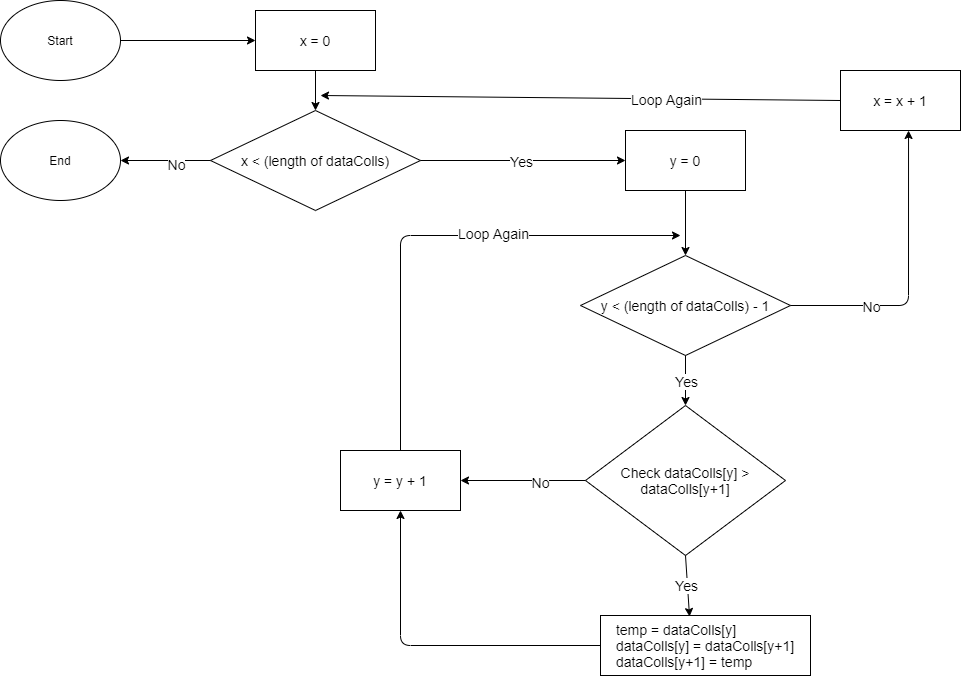
Earlier version of the draw.io export bubble-sort/FlowChart.png (bayupuspanugraha/sorting-algorithm). Source tidied: cells renumbered, new cells last; positions are measured from the earlier drawing's top-left corner, leaving out a move shared by most shapes. Source of this version:
```xml
<mxGraphModel background="#ffffff">
  <root>
    <mxCell id="0" />
    <mxCell id="1" parent="0" />
    <mxCell id="2" value="Start&lt;br&gt;" style="ellipse;whiteSpace=wrap;html=1;" parent="1" vertex="1">
      <mxGeometry width="120" height="80" as="geometry" />
    </mxCell>
    <mxCell id="3" value="End" style="ellipse;whiteSpace=wrap;html=1;" parent="1" vertex="1">
      <mxGeometry y="120" width="120" height="80" as="geometry" />
    </mxCell>
    <mxCell id="4" value="x = 0" style="rounded=0;whiteSpace=wrap;html=1;fontSize=14;" parent="1" vertex="1">
      <mxGeometry x="255" y="10" width="120" height="60" as="geometry" />
    </mxCell>
    <mxCell id="5" value="x &amp;lt; (length of dataColls)" style="rhombus;whiteSpace=wrap;html=1;fontSize=14;" parent="1" vertex="1">
      <mxGeometry x="210" y="110" width="210" height="100" as="geometry" />
    </mxCell>
    <mxCell id="6" value="x = x + 1" style="rounded=0;whiteSpace=wrap;html=1;fontSize=14;" parent="1" vertex="1">
      <mxGeometry x="840" y="70" width="120" height="60" as="geometry" />
    </mxCell>
    <mxCell id="7" style="endArrow=classic;html=1;fontSize=14;exitX=0.5;exitY=1;exitDx=0;exitDy=0;entryX=0.5;entryY=0;entryDx=0;entryDy=0;" parent="1" edge="1" source="4" target="5">
      <mxGeometry relative="1" as="geometry" />
    </mxCell>
    <mxCell id="8" value="y = 0" style="rounded=0;whiteSpace=wrap;html=1;fontSize=14;" parent="1" vertex="1">
      <mxGeometry x="625" y="130" width="120" height="60" as="geometry" />
    </mxCell>
    <mxCell id="9" value="y &amp;lt; (length of dataColls) - 1" style="rhombus;whiteSpace=wrap;html=1;fontSize=14;" parent="1" vertex="1">
      <mxGeometry x="580" y="255" width="210" height="100" as="geometry" />
    </mxCell>
    <mxCell id="10" style="endArrow=classic;html=1;fontSize=14;exitX=0.5;exitY=1;exitDx=0;exitDy=0;entryX=0.5;entryY=0;entryDx=0;entryDy=0;" parent="1" edge="1" source="8" target="9">
      <mxGeometry relative="1" as="geometry" />
    </mxCell>
    <mxCell id="11" value="y = y + 1" style="rounded=0;whiteSpace=wrap;html=1;fontSize=14;" parent="1" vertex="1">
      <mxGeometry x="340" y="450" width="120" height="60" as="geometry" />
    </mxCell>
    <mxCell id="12" value="Check dataColls[y] &amp;gt; dataColls[y+1]" style="rhombus;whiteSpace=wrap;html=1;fontSize=14;" parent="1" vertex="1">
      <mxGeometry x="585" y="405" width="200" height="150" as="geometry" />
    </mxCell>
    <mxCell id="13" value="&lt;div style=&quot;text-align: left&quot;&gt;&lt;span&gt;temp = dataColls[y]&lt;/span&gt;&lt;/div&gt;&lt;div style=&quot;text-align: left&quot;&gt;&lt;span&gt;dataColls[y] = dataColls[y+1]&lt;/span&gt;&lt;/div&gt;&lt;div style=&quot;text-align: left&quot;&gt;&lt;span&gt;dataColls[y+1] = temp&lt;/span&gt;&lt;/div&gt;" style="rounded=0;whiteSpace=wrap;html=1;fontSize=14;" parent="1" vertex="1">
      <mxGeometry x="600" y="615" width="210" height="60" as="geometry" />
    </mxCell>
    <mxCell id="14" style="endArrow=classic;html=1;fontSize=14;exitX=0.5;exitY=1;exitDx=0;exitDy=0;" parent="1" edge="1" source="9" target="12">
      <mxGeometry relative="1" as="geometry" />
    </mxCell>
    <mxCell id="15" value="Yes" style="edgeLabel;html=1;align=center;verticalAlign=middle;fontSize=14;" parent="14" vertex="1">
      <mxGeometry x="0.6" y="3" relative="1" as="geometry">
        <mxPoint x="-3" y="-15" as="offset" />
      </mxGeometry>
    </mxCell>
    <mxCell id="16" style="endArrow=classic;html=1;fontSize=14;entryX=0.424;entryY=0.017;entryDx=0;entryDy=0;entryPerimeter=0;exitX=0.5;exitY=1;exitDx=0;exitDy=0;" parent="1" edge="1" source="12" target="13">
      <mxGeometry relative="1" as="geometry" />
    </mxCell>
    <mxCell id="17" value="Yes" style="edgeLabel;html=1;align=center;verticalAlign=middle;fontSize=14;" parent="16" vertex="1">
      <mxGeometry x="0.31" y="1" relative="1" as="geometry">
        <mxPoint x="-3.6" y="-9.8" as="offset" />
      </mxGeometry>
    </mxCell>
    <mxCell id="18" style="endArrow=classic;html=1;fontSize=14;exitX=1;exitY=0.5;exitDx=0;exitDy=0;entryX=0;entryY=0.5;entryDx=0;entryDy=0;" parent="1" edge="1" source="2" target="4">
      <mxGeometry relative="1" as="geometry" />
    </mxCell>
    <mxCell id="19" style="endArrow=classic;html=1;fontSize=14;exitX=0;exitY=0.5;exitDx=0;exitDy=0;entryX=1;entryY=0.5;entryDx=0;entryDy=0;" parent="1" edge="1" source="5" target="3">
      <mxGeometry relative="1" as="geometry" />
    </mxCell>
    <mxCell id="20" value="No" style="edgeLabel;html=1;align=center;verticalAlign=middle;fontSize=14;" parent="19" vertex="1">
      <mxGeometry x="-0.22" y="3" relative="1" as="geometry" />
    </mxCell>
    <mxCell id="21" style="endArrow=classic;html=1;fontSize=14;exitX=0;exitY=0.5;exitDx=0;exitDy=0;" parent="1" edge="1" source="6">
      <mxGeometry relative="1" as="geometry">
        <mxPoint x="320" y="95" as="targetPoint" />
      </mxGeometry>
    </mxCell>
    <mxCell id="22" value="Loop Again" style="edgeLabel;html=1;align=center;verticalAlign=middle;fontSize=14;" parent="21" vertex="1">
      <mxGeometry x="-0.4" y="4" relative="1" as="geometry">
        <mxPoint x="-18" y="-4" as="offset" />
      </mxGeometry>
    </mxCell>
    <mxCell id="23" style="endArrow=classic;html=1;fontSize=14;entryX=0.567;entryY=1;entryDx=0;entryDy=0;entryPerimeter=0;exitX=1;exitY=0.5;exitDx=0;exitDy=0;" parent="1" edge="1" source="9" target="6">
      <mxGeometry relative="1" as="geometry">
        <Array as="points">
          <mxPoint x="908" y="305" />
        </Array>
      </mxGeometry>
    </mxCell>
    <mxCell id="24" value="No" style="edgeLabel;html=1;align=center;verticalAlign=middle;fontSize=14;" parent="23" vertex="1">
      <mxGeometry x="-0.27" y="-1" relative="1" as="geometry">
        <mxPoint x="-27" y="-1" as="offset" />
      </mxGeometry>
    </mxCell>
    <mxCell id="25" style="endArrow=classic;html=1;fontSize=14;exitX=1;exitY=0.5;exitDx=0;exitDy=0;" parent="1" edge="1" source="5" target="8">
      <mxGeometry relative="1" as="geometry" />
    </mxCell>
    <mxCell id="26" value="Yes" style="edgeLabel;html=1;align=center;verticalAlign=middle;fontSize=14;" parent="25" vertex="1">
      <mxGeometry x="0.24" y="-2" relative="1" as="geometry">
        <mxPoint x="-27" y="-2" as="offset" />
      </mxGeometry>
    </mxCell>
    <mxCell id="27" style="endArrow=classic;html=1;fontSize=14;entryX=1;entryY=0.5;entryDx=0;entryDy=0;exitX=0;exitY=0.5;exitDx=0;exitDy=0;" parent="1" edge="1" source="12" target="11">
      <mxGeometry relative="1" as="geometry" />
    </mxCell>
    <mxCell id="28" value="No" style="edgeLabel;html=1;align=center;verticalAlign=middle;fontSize=14;" parent="27" vertex="1">
      <mxGeometry x="-0.26" y="1" relative="1" as="geometry" />
    </mxCell>
    <mxCell id="29" style="endArrow=classic;html=1;fontSize=14;exitX=0.5;exitY=0;exitDx=0;exitDy=0;" parent="1" edge="1" source="11">
      <mxGeometry relative="1" as="geometry">
        <mxPoint x="680" y="235" as="targetPoint" />
        <Array as="points">
          <mxPoint x="400" y="235" />
        </Array>
      </mxGeometry>
    </mxCell>
    <mxCell id="30" value="Loop Again" style="edgeLabel;html=1;align=center;verticalAlign=middle;fontSize=14;" parent="29" vertex="1">
      <mxGeometry x="0.24" y="3" relative="1" as="geometry" />
    </mxCell>
    <mxCell id="31" style="endArrow=classic;html=1;fontSize=14;entryX=0.5;entryY=1;entryDx=0;entryDy=0;exitX=0;exitY=0.5;exitDx=0;exitDy=0;" parent="1" edge="1" source="13" target="11">
      <mxGeometry relative="1" as="geometry">
        <Array as="points">
          <mxPoint x="400" y="645" />
        </Array>
      </mxGeometry>
    </mxCell>
  </root>
</mxGraphModel>
```
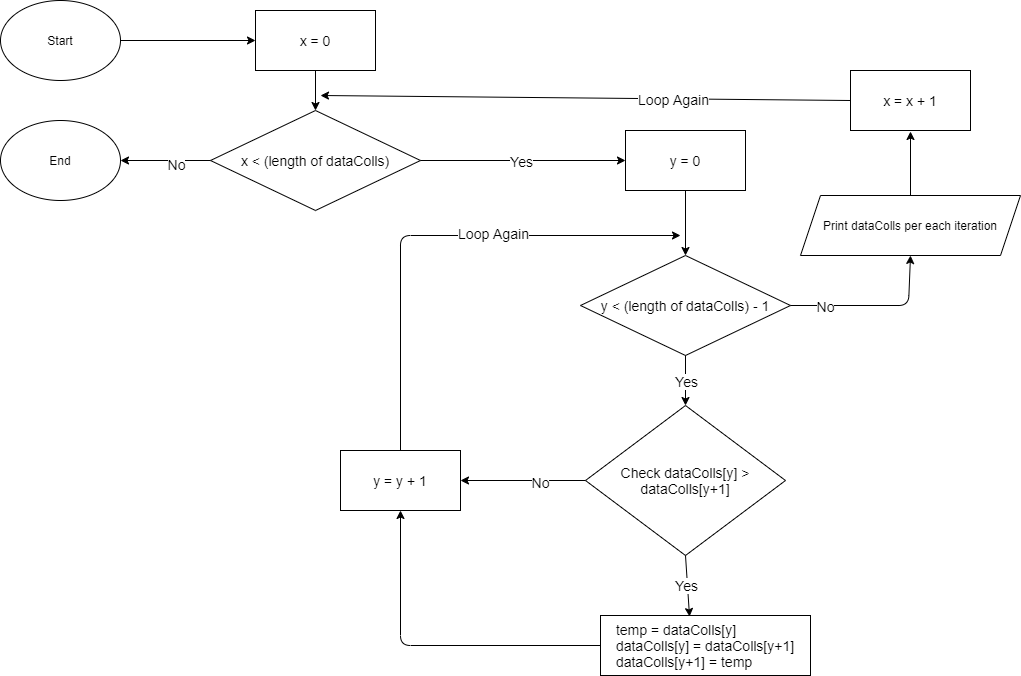
After the commit.

Diff of the diagram source:
```diff
@@ -15,7 +15,7 @@
       <mxGeometry x="210" y="110" width="210" height="100" as="geometry" />
     </mxCell>
     <mxCell id="6" value="x = x + 1" style="rounded=0;whiteSpace=wrap;html=1;fontSize=14;" parent="1" vertex="1">
-      <mxGeometry x="840" y="70" width="120" height="60" as="geometry" />
+      <mxGeometry x="850" y="70" width="120" height="60" as="geometry" />
     </mxCell>
     <mxCell id="7" style="endArrow=classic;html=1;fontSize=14;exitX=0.5;exitY=1;exitDx=0;exitDy=0;entryX=0.5;entryY=0;entryDx=0;entryDy=0;" parent="1" edge="1" source="4" target="5">
       <mxGeometry relative="1" as="geometry" />
@@ -73,7 +73,7 @@
         <mxPoint x="-18" y="-4" as="offset" />
       </mxGeometry>
     </mxCell>
-    <mxCell id="23" style="endArrow=classic;html=1;fontSize=14;entryX=0.567;entryY=1;entryDx=0;entryDy=0;entryPerimeter=0;exitX=1;exitY=0.5;exitDx=0;exitDy=0;" parent="1" edge="1" source="9" target="6">
+    <mxCell id="23" style="endArrow=classic;html=1;fontSize=14;entryX=0.5;entryY=1;entryDx=0;entryDy=0;exitX=1;exitY=0.5;exitDx=0;exitDy=0;" parent="1" edge="1" source="9" target="32">
       <mxGeometry relative="1" as="geometry">
         <Array as="points">
           <mxPoint x="908" y="305" />
@@ -117,5 +117,13 @@
         </Array>
       </mxGeometry>
     </mxCell>
+    <mxCell id="32" value="Print dataColls per each iteration" style="shape=parallelogram;perimeter=parallelogramPerimeter;whiteSpace=wrap;html=1;fixedSize=1;" parent="1" vertex="1">
+      <mxGeometry x="800" y="195" width="220" height="60" as="geometry" />
+    </mxCell>
+    <mxCell id="33" style="endArrow=classic;html=1;exitX=0.5;exitY=0;exitDx=0;exitDy=0;" parent="1" edge="1" source="32">
+      <mxGeometry relative="1" as="geometry">
+        <mxPoint x="910" y="131" as="targetPoint" />
+      </mxGeometry>
+    </mxCell>
   </root>
 </mxGraphModel>
```
